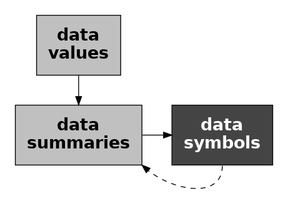
Before: Diagrams/stat-sym-decode.png, a diagram exported from Graphviz (pmur002/hdvw). Its source is kept beside it as Diagrams/stat-sym-decode.dot.
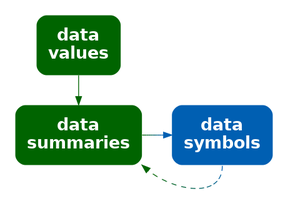
After the change.

The edit, as a diff of the source:
```diff
@@ -1,12 +1,12 @@
 digraph {
   graph [ rankdir=LR; margin=.2; nodesep=.5 ];
   node [ fontsize=20; fontname="sans bold"; margin=.2 ];
-  data [ label="data\nvalues"; shape=box; style=filled; fillcolor=gray ]
-  stat [ label="data\nsummaries"; shape=box; style=filled; fillcolor=gray ]
+  data [ label="data\nvalues"; shape=box; style="filled, rounded"; penwidth=0; fontcolor=white; fillcolor="#006400" ]
+  stat [ label="data\nsummaries"; shape=box; style="filled, rounded"; penwidth=0; fontcolor=white; fillcolor="#006400" ]
   sym [ label="data\nsymbols"; shape=box;
-        style=filled; fillcolor="#444444"; fontcolor=white ]
-  data -> stat
-  stat -> sym
-  sym:s -> stat:se [ style="dashed" ]
+     style="filled, rounded"; penwidth=0; fontcolor=white; fillcolor="#005FB2" ]
+  data -> stat [ color="#006400" ]
+  stat -> sym [ color="#006400;0.1:#006314;0.1:#006328;0.1:#00623B;0.1:#00624F;0.1:#006163;0.1:#006177;0.1:#00608A;0.1:#00609E;0.1:#005FB2;0.1" ]
+  sym:s -> stat:se [ style="dashed", color="#005FB2;0.1:#00609E;0.1:#00608A;0.1:#006177;0.1:#006163;0.1:#00624F;0.1:#00623B;0.1:#006328;0.1:#006314;0.1:#006400;0.1" ]
 { rank=same; data, stat }
 }
```
